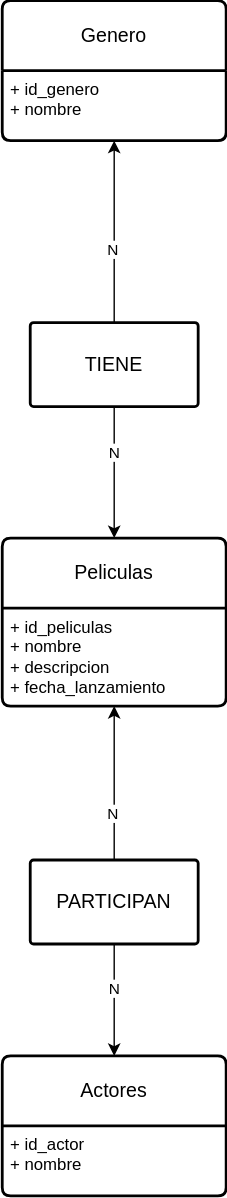
Before: docs/Diagrama-Chen.drawio.svg, a diagram exported from draw.io (ruben-campal-1996/api-movies-spring). Source tidied: cells renumbered, new cells last; positions are measured from the earlier drawing's top-left corner, leaving out a move shared by most shapes. Source of this version:
```xml
<mxGraphModel>
  <root>
    <mxCell id="0" />
    <mxCell id="1" parent="0" />
    <mxCell id="2" value="Genero" style="swimlane;horizontal=1;startSize=50;rounded=1;fontSize=14;fontStyle=0;strokeWidth=2;shadow=0;dashed=0;align=center;arcSize=4;whiteSpace=wrap;html=1;" parent="1" vertex="1">
      <mxGeometry width="160" height="100" as="geometry" />
    </mxCell>
    <mxCell id="3" value="+ id_genero&lt;div&gt;+ nombre&lt;/div&gt;" style="align=left;strokeColor=none;fillColor=none;spacingLeft=4;spacingRight=4;fontSize=12;verticalAlign=top;html=1;whiteSpace=wrap;" parent="2" vertex="1">
      <mxGeometry y="50" width="160" height="50" as="geometry" />
    </mxCell>
    <mxCell id="4" style="edgeStyle=orthogonalEdgeStyle;rounded=0;jettySize=auto;html=1;exitX=0.5;exitY=0;exitDx=0;exitDy=0;entryX=0.5;entryY=1;entryDx=0;entryDy=0;" parent="1" edge="1" source="8" target="2">
      <mxGeometry relative="1" as="geometry" />
    </mxCell>
    <mxCell id="5" value="N" style="edgeLabel;html=1;align=center;verticalAlign=middle;" parent="4" vertex="1">
      <mxGeometry x="-0.19" y="2" relative="1" as="geometry" />
    </mxCell>
    <mxCell id="6" style="edgeStyle=orthogonalEdgeStyle;rounded=0;jettySize=auto;html=1;exitX=0.5;exitY=1;exitDx=0;exitDy=0;entryX=0.5;entryY=0;entryDx=0;entryDy=0;" parent="1" edge="1" source="8" target="9">
      <mxGeometry relative="1" as="geometry" />
    </mxCell>
    <mxCell id="7" value="N" style="edgeLabel;html=1;align=center;verticalAlign=middle;" parent="6" vertex="1">
      <mxGeometry x="-0.32" y="-1" relative="1" as="geometry" />
    </mxCell>
    <mxCell id="8" value="TIENE" style="whiteSpace=wrap;html=1;fontSize=14;fontStyle=0;startSize=50;horizontal=1;rounded=1;strokeWidth=2;shadow=0;dashed=0;arcSize=4;" parent="1" vertex="1">
      <mxGeometry x="20" y="230" width="120" height="60" as="geometry" />
    </mxCell>
    <mxCell id="9" value="Peliculas" style="swimlane;horizontal=1;startSize=50;rounded=1;fontSize=14;fontStyle=0;strokeWidth=2;shadow=0;dashed=0;align=center;arcSize=4;whiteSpace=wrap;html=1;" parent="1" vertex="1">
      <mxGeometry y="384" width="160" height="120" as="geometry" />
    </mxCell>
    <mxCell id="10" value="+ id_peliculas&lt;div&gt;+ nombre&lt;/div&gt;&lt;div&gt;+ descripcion&lt;/div&gt;&lt;div&gt;+ fecha_lanzamiento&lt;/div&gt;" style="align=left;strokeColor=none;fillColor=none;spacingLeft=4;spacingRight=4;fontSize=12;verticalAlign=top;html=1;whiteSpace=wrap;" parent="9" vertex="1">
      <mxGeometry y="50" width="160" height="70" as="geometry" />
    </mxCell>
    <mxCell id="11" style="edgeStyle=orthogonalEdgeStyle;rounded=0;jettySize=auto;html=1;exitX=0.5;exitY=1;exitDx=0;exitDy=0;entryX=0.5;entryY=0;entryDx=0;entryDy=0;" parent="1" edge="1" source="15" target="16">
      <mxGeometry relative="1" as="geometry" />
    </mxCell>
    <mxCell id="12" value="N" style="edgeLabel;html=1;align=center;verticalAlign=middle;" parent="11" vertex="1">
      <mxGeometry x="-0.24" y="-1" relative="1" as="geometry" />
    </mxCell>
    <mxCell id="13" style="edgeStyle=orthogonalEdgeStyle;rounded=0;jettySize=auto;html=1;exitX=0.5;exitY=0;exitDx=0;exitDy=0;entryX=0.5;entryY=1;entryDx=0;entryDy=0;" parent="1" edge="1" source="15" target="10">
      <mxGeometry relative="1" as="geometry" />
    </mxCell>
    <mxCell id="14" value="N" style="edgeLabel;html=1;align=center;verticalAlign=middle;" parent="13" vertex="1">
      <mxGeometry x="-0.37" y="2" relative="1" as="geometry" />
    </mxCell>
    <mxCell id="15" value="PARTICIPAN" style="rounded=1;whiteSpace=wrap;html=1;fontSize=14;fontStyle=0;startSize=50;horizontal=1;strokeWidth=2;shadow=0;dashed=0;arcSize=4;" parent="1" vertex="1">
      <mxGeometry x="20" y="614" width="120" height="60" as="geometry" />
    </mxCell>
    <mxCell id="16" value="Actores" style="swimlane;horizontal=1;startSize=50;rounded=1;fontSize=14;fontStyle=0;strokeWidth=2;shadow=0;dashed=0;align=center;arcSize=4;whiteSpace=wrap;html=1;" parent="1" vertex="1">
      <mxGeometry y="754" width="160" height="100" as="geometry" />
    </mxCell>
    <mxCell id="17" value="+ id_actor&lt;div&gt;+ nombre&lt;/div&gt;" style="align=left;strokeColor=none;fillColor=none;spacingLeft=4;spacingRight=4;fontSize=12;verticalAlign=top;html=1;whiteSpace=wrap;" parent="16" vertex="1">
      <mxGeometry y="50" width="160" height="50" as="geometry" />
    </mxCell>
  </root>
</mxGraphModel>
```
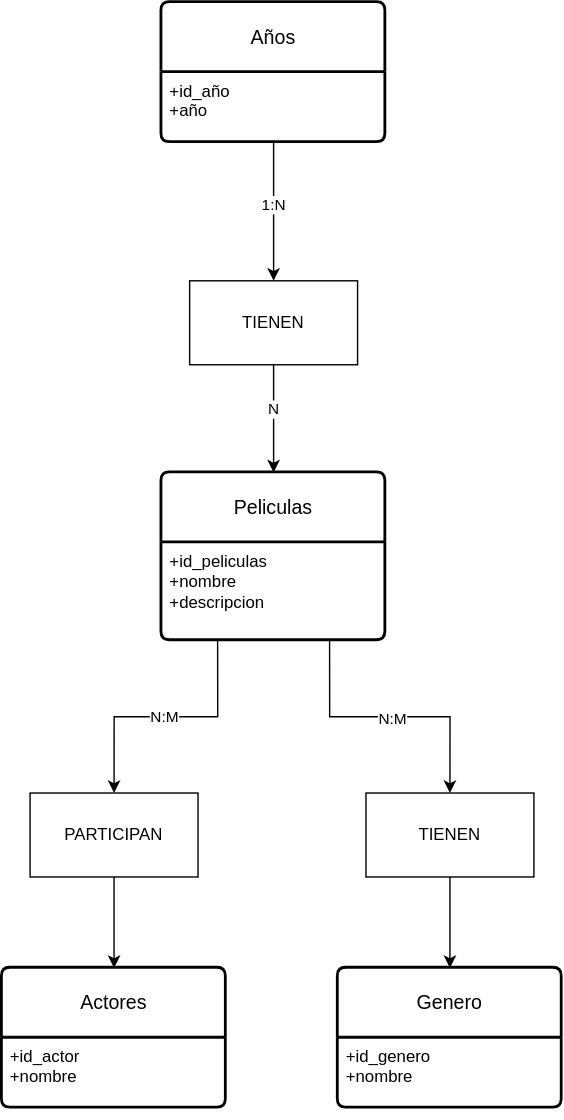
The same diagram one commit later.

Commit message:
perf: Changed table conections adding release_years for better scalability. docs: updated table diagrams. refactor: changed entities for new table connection

The edit, as a diff of the source:
```diff
@@ -3,52 +3,70 @@
     <mxCell id="0" />
     <mxCell id="1" parent="0" />
     <mxCell id="2" value="Genero" style="swimlane;horizontal=1;startSize=50;rounded=1;fontSize=14;fontStyle=0;strokeWidth=2;shadow=0;dashed=0;align=center;arcSize=4;whiteSpace=wrap;html=1;" parent="1" vertex="1">
-      <mxGeometry width="160" height="100" as="geometry" />
+      <mxGeometry x="160" y="818" width="160" height="100" as="geometry" />
     </mxCell>
-    <mxCell id="3" value="+ id_genero&lt;div&gt;+ nombre&lt;/div&gt;" style="align=left;strokeColor=none;fillColor=none;spacingLeft=4;spacingRight=4;fontSize=12;verticalAlign=top;html=1;whiteSpace=wrap;" parent="2" vertex="1">
-      <mxGeometry y="50" width="160" height="50" as="geometry" />
-    </mxCell>
-    <mxCell id="4" style="edgeStyle=orthogonalEdgeStyle;rounded=0;jettySize=auto;html=1;exitX=0.5;exitY=0;exitDx=0;exitDy=0;entryX=0.5;entryY=1;entryDx=0;entryDy=0;" parent="1" edge="1" source="8" target="2">
-      <mxGeometry relative="1" as="geometry" />
-    </mxCell>
-    <mxCell id="5" value="N" style="edgeLabel;html=1;align=center;verticalAlign=middle;" parent="4" vertex="1">
-      <mxGeometry x="-0.19" y="2" relative="1" as="geometry" />
-    </mxCell>
-    <mxCell id="6" style="edgeStyle=orthogonalEdgeStyle;rounded=0;jettySize=auto;html=1;exitX=0.5;exitY=1;exitDx=0;exitDy=0;entryX=0.5;entryY=0;entryDx=0;entryDy=0;" parent="1" edge="1" source="8" target="9">
-      <mxGeometry relative="1" as="geometry" />
-    </mxCell>
-    <mxCell id="7" value="N" style="edgeLabel;html=1;align=center;verticalAlign=middle;" parent="6" vertex="1">
-      <mxGeometry x="-0.32" y="-1" relative="1" as="geometry" />
-    </mxCell>
-    <mxCell id="8" value="TIENE" style="whiteSpace=wrap;html=1;fontSize=14;fontStyle=0;startSize=50;horizontal=1;rounded=1;strokeWidth=2;shadow=0;dashed=0;arcSize=4;" parent="1" vertex="1">
-      <mxGeometry x="20" y="230" width="120" height="60" as="geometry" />
-    </mxCell>
+    <mxCell id="18" value="+id_genero&lt;div&gt;+nombre&lt;/div&gt;" style="align=left;strokeColor=none;fillColor=none;spacingLeft=4;spacingRight=4;fontSize=12;verticalAlign=top;html=1;whiteSpace=wrap;" parent="2" vertex="1">
+      <mxGeometry y="50" width="160" height="50" as="geometry" />
+    </mxCell>
+    <mxCell id="19" style="edgeStyle=orthogonalEdgeStyle;rounded=0;jettySize=auto;html=1;exitX=0.5;exitY=1;exitDx=0;exitDy=0;entryX=0.5;entryY=1;entryDx=0;entryDy=0;" parent="2" edge="1" source="2" target="18">
+      <mxGeometry relative="1" as="geometry" />
+    </mxCell>
+    <mxCell id="20" style="edgeStyle=orthogonalEdgeStyle;rounded=0;jettySize=auto;html=1;exitX=0.25;exitY=1;exitDx=0;exitDy=0;entryX=0.5;entryY=0;entryDx=0;entryDy=0;" parent="1" edge="1" source="9" target="15">
+      <mxGeometry relative="1" as="geometry" />
+    </mxCell>
+    <mxCell id="21" value="N:M" style="edgeLabel;html=1;align=center;verticalAlign=middle;" parent="20" vertex="1">
+      <mxGeometry x="0.01" relative="1" as="geometry" />
+    </mxCell>
+    <mxCell id="22" style="edgeStyle=orthogonalEdgeStyle;rounded=0;jettySize=auto;html=1;exitX=0.75;exitY=1;exitDx=0;exitDy=0;entryX=0.5;entryY=0;entryDx=0;entryDy=0;" parent="1" edge="1" source="9" target="31">
+      <mxGeometry relative="1" as="geometry" />
+    </mxCell>
+    <mxCell id="23" value="N:M" style="edgeLabel;html=1;align=center;verticalAlign=middle;" parent="22" vertex="1">
+      <mxGeometry x="0.01" y="-1" relative="1" as="geometry" />
+    </mxCell>
     <mxCell id="9" value="Peliculas" style="swimlane;horizontal=1;startSize=50;rounded=1;fontSize=14;fontStyle=0;strokeWidth=2;shadow=0;dashed=0;align=center;arcSize=4;whiteSpace=wrap;html=1;" parent="1" vertex="1">
-      <mxGeometry y="384" width="160" height="120" as="geometry" />
+      <mxGeometry x="34" y="464" width="160" height="120" as="geometry" />
     </mxCell>
-    <mxCell id="10" value="+ id_peliculas&lt;div&gt;+ nombre&lt;/div&gt;&lt;div&gt;+ descripcion&lt;/div&gt;&lt;div&gt;+ fecha_lanzamiento&lt;/div&gt;" style="align=left;strokeColor=none;fillColor=none;spacingLeft=4;spacingRight=4;fontSize=12;verticalAlign=top;html=1;whiteSpace=wrap;" parent="9" vertex="1">
-      <mxGeometry y="50" width="160" height="70" as="geometry" />
-    </mxCell>
+    <mxCell id="24" value="+id_peliculas&lt;div&gt;+nombre&lt;/div&gt;&lt;div&gt;+descripcion&lt;/div&gt;" style="align=left;strokeColor=none;fillColor=none;spacingLeft=4;spacingRight=4;fontSize=12;verticalAlign=top;html=1;whiteSpace=wrap;" parent="9" vertex="1">
+      <mxGeometry y="50" width="160" height="70" as="geometry" />
+    </mxCell>
+    <mxCell id="16" value="Actores" style="swimlane;horizontal=1;startSize=50;rounded=1;fontSize=14;fontStyle=0;strokeWidth=2;shadow=0;dashed=0;align=center;arcSize=4;whiteSpace=wrap;html=1;" parent="1" vertex="1">
+      <mxGeometry x="-80" y="818" width="160" height="100" as="geometry" />
+    </mxCell>
+    <mxCell id="25" value="+id_actor&lt;div&gt;+nombre&lt;/div&gt;" style="align=left;strokeColor=none;fillColor=none;spacingLeft=4;spacingRight=4;fontSize=12;verticalAlign=top;html=1;whiteSpace=wrap;" parent="16" vertex="1">
+      <mxGeometry y="50" width="160" height="50" as="geometry" />
+    </mxCell>
+    <mxCell id="26" style="edgeStyle=orthogonalEdgeStyle;rounded=0;jettySize=auto;html=1;exitX=0.5;exitY=1;exitDx=0;exitDy=0;entryX=0.5;entryY=0;entryDx=0;entryDy=0;" parent="1" edge="1" source="28" target="34">
+      <mxGeometry relative="1" as="geometry" />
+    </mxCell>
+    <mxCell id="27" value="1:N" style="edgeLabel;html=1;align=center;verticalAlign=middle;" parent="26" vertex="1">
+      <mxGeometry x="-0.09" y="-1" relative="1" as="geometry" />
+    </mxCell>
+    <mxCell id="28" value="Años" style="swimlane;horizontal=1;startSize=50;rounded=1;fontSize=14;fontStyle=0;strokeWidth=2;shadow=0;dashed=0;align=center;arcSize=4;whiteSpace=wrap;html=1;" parent="1" vertex="1">
+      <mxGeometry x="34" y="128" width="160" height="100" as="geometry" />
+    </mxCell>
+    <mxCell id="29" value="+id_año&lt;div&gt;+año&lt;/div&gt;" style="align=left;strokeColor=none;fillColor=none;spacingLeft=4;spacingRight=4;fontSize=12;verticalAlign=top;html=1;whiteSpace=wrap;" parent="28" vertex="1">
+      <mxGeometry y="50" width="160" height="50" as="geometry" />
+    </mxCell>
     <mxCell id="11" style="edgeStyle=orthogonalEdgeStyle;rounded=0;jettySize=auto;html=1;exitX=0.5;exitY=1;exitDx=0;exitDy=0;entryX=0.5;entryY=0;entryDx=0;entryDy=0;" parent="1" edge="1" source="15" target="16">
       <mxGeometry relative="1" as="geometry" />
     </mxCell>
-    <mxCell id="12" value="N" style="edgeLabel;html=1;align=center;verticalAlign=middle;" parent="11" vertex="1">
-      <mxGeometry x="-0.24" y="-1" relative="1" as="geometry" />
-    </mxCell>
-    <mxCell id="13" style="edgeStyle=orthogonalEdgeStyle;rounded=0;jettySize=auto;html=1;exitX=0.5;exitY=0;exitDx=0;exitDy=0;entryX=0.5;entryY=1;entryDx=0;entryDy=0;" parent="1" edge="1" source="15" target="10">
-      <mxGeometry relative="1" as="geometry" />
-    </mxCell>
-    <mxCell id="14" value="N" style="edgeLabel;html=1;align=center;verticalAlign=middle;" parent="13" vertex="1">
-      <mxGeometry x="-0.37" y="2" relative="1" as="geometry" />
-    </mxCell>
-    <mxCell id="15" value="PARTICIPAN" style="rounded=1;whiteSpace=wrap;html=1;fontSize=14;fontStyle=0;startSize=50;horizontal=1;strokeWidth=2;shadow=0;dashed=0;arcSize=4;" parent="1" vertex="1">
-      <mxGeometry x="20" y="614" width="120" height="60" as="geometry" />
+    <mxCell id="15" value="PARTICIPAN" style="rounded=0;whiteSpace=wrap;html=1;" parent="1" vertex="1">
+      <mxGeometry x="-60" y="693" width="120" height="60" as="geometry" />
     </mxCell>
-    <mxCell id="16" value="Actores" style="swimlane;horizontal=1;startSize=50;rounded=1;fontSize=14;fontStyle=0;strokeWidth=2;shadow=0;dashed=0;align=center;arcSize=4;whiteSpace=wrap;html=1;" parent="1" vertex="1">
-      <mxGeometry y="754" width="160" height="100" as="geometry" />
-    </mxCell>
-    <mxCell id="17" value="+ id_actor&lt;div&gt;+ nombre&lt;/div&gt;" style="align=left;strokeColor=none;fillColor=none;spacingLeft=4;spacingRight=4;fontSize=12;verticalAlign=top;html=1;whiteSpace=wrap;" parent="16" vertex="1">
-      <mxGeometry y="50" width="160" height="50" as="geometry" />
-    </mxCell>
+    <mxCell id="30" style="edgeStyle=orthogonalEdgeStyle;rounded=0;jettySize=auto;html=1;exitX=0.5;exitY=1;exitDx=0;exitDy=0;entryX=0.5;entryY=0;entryDx=0;entryDy=0;" parent="1" edge="1" source="31" target="2">
+      <mxGeometry relative="1" as="geometry" />
+    </mxCell>
+    <mxCell id="31" value="TIENEN" style="rounded=0;whiteSpace=wrap;html=1;" parent="1" vertex="1">
+      <mxGeometry x="180" y="693" width="120" height="60" as="geometry" />
+    </mxCell>
+    <mxCell id="32" style="edgeStyle=orthogonalEdgeStyle;rounded=0;jettySize=auto;html=1;exitX=0.5;exitY=1;exitDx=0;exitDy=0;entryX=0.5;entryY=0;entryDx=0;entryDy=0;" parent="1" edge="1" source="34" target="9">
+      <mxGeometry relative="1" as="geometry" />
+    </mxCell>
+    <mxCell id="33" value="N" style="edgeLabel;html=1;align=center;verticalAlign=middle;" parent="32" vertex="1">
+      <mxGeometry x="-0.17" y="-1" relative="1" as="geometry" />
+    </mxCell>
+    <mxCell id="34" value="TIENEN" style="rounded=0;whiteSpace=wrap;html=1;" parent="1" vertex="1">
+      <mxGeometry x="54" y="327" width="120" height="60" as="geometry" />
+    </mxCell>
   </root>
 </mxGraphModel>
```
